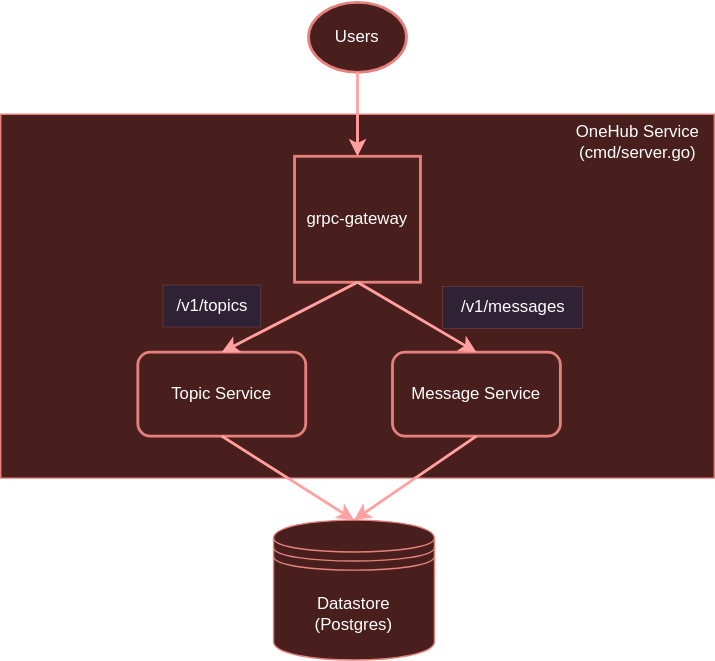
This is public/static/images/current-architecture.svg from panyam/blog, a draw.io export, as it was before one commit. Source tidied: cells renumbered, new cells last; positions are measured from the earlier drawing's top-left corner, leaving out a move shared by most shapes. Its diagram source:
```xml
<mxGraphModel>
  <root>
    <mxCell id="0" />
    <mxCell id="1" parent="0" />
    <mxCell id="2" style="edgeStyle=orthogonalEdgeStyle;rounded=0;jettySize=auto;html=1;entryX=0.5;entryY=0;entryDx=0;entryDy=0;" parent="1" edge="1" source="3" target="5">
      <mxGeometry relative="1" as="geometry" />
    </mxCell>
    <mxCell id="3" style="verticalLabelPosition=bottom;verticalAlign=top;html=1;shape=mxgraph.basic.rect;fillColor2=none;strokeWidth=1;size=20;indent=5;fillColor=#f8cecc;strokeColor=#b85450;" parent="1" vertex="1">
      <mxGeometry y="80" width="510" height="260" as="geometry" />
    </mxCell>
    <mxCell id="4" value="Users" style="ellipse;whiteSpace=wrap;html=1;strokeWidth=2;fillColor=#f8cecc;strokeColor=#b85450;" parent="1" vertex="1">
      <mxGeometry x="220" width="70" height="50" as="geometry" />
    </mxCell>
    <mxCell id="5" value="grpc-gateway" style="whiteSpace=wrap;html=1;fillColor=#f8cecc;strokeColor=#b85450;strokeWidth=2;" parent="1" vertex="1">
      <mxGeometry x="210" y="110" width="90" height="90" as="geometry" />
    </mxCell>
    <mxCell id="6" value="Topic Service" style="rounded=1;whiteSpace=wrap;html=1;fillColor=#f8cecc;strokeColor=#b85450;strokeWidth=2;" parent="1" vertex="1">
      <mxGeometry x="98" y="250" width="120" height="60" as="geometry" />
    </mxCell>
    <mxCell id="7" value="Message Service" style="rounded=1;whiteSpace=wrap;html=1;fillColor=#f8cecc;strokeColor=#b85450;strokeWidth=2;" parent="1" vertex="1">
      <mxGeometry x="280" y="250" width="120" height="60" as="geometry" />
    </mxCell>
    <mxCell id="8" style="endArrow=classic;html=1;rounded=0;exitX=0.5;exitY=1;exitDx=0;exitDy=0;entryX=0.5;entryY=0;entryDx=0;entryDy=0;strokeColor=#A62828;strokeWidth=2;fillColor=#e1d5e7;" parent="1" edge="1" source="5" target="6">
      <mxGeometry relative="1" as="geometry" />
    </mxCell>
    <mxCell id="9" style="endArrow=classic;html=1;rounded=0;exitX=0.5;exitY=1;exitDx=0;exitDy=0;entryX=0.5;entryY=0;entryDx=0;entryDy=0;strokeColor=#A62828;strokeWidth=2;fillColor=#e1d5e7;" parent="1" edge="1" source="5" target="7">
      <mxGeometry relative="1" as="geometry" />
    </mxCell>
    <mxCell id="10" style="endArrow=classic;html=1;rounded=0;exitX=0.5;exitY=1;exitDx=0;exitDy=0;strokeColor=#A62828;strokeWidth=2;fillColor=#e1d5e7;entryX=0.5;entryY=0;entryDx=0;entryDy=0;" parent="1" edge="1" source="7" target="15">
      <mxGeometry relative="1" as="geometry" />
    </mxCell>
    <mxCell id="11" style="endArrow=classic;html=1;rounded=0;exitX=0.5;exitY=1;exitDx=0;exitDy=0;strokeColor=#A62828;strokeWidth=2;fillColor=#e1d5e7;entryX=0.5;entryY=0;entryDx=0;entryDy=0;" parent="1" edge="1" source="6" target="15">
      <mxGeometry relative="1" as="geometry" />
    </mxCell>
    <mxCell id="12" value="/v1/topics" style="text;html=1;align=center;verticalAlign=middle;strokeColor=#A62828;fillColor=#e1d5e7;strokeWidth=0;" parent="1" vertex="1">
      <mxGeometry x="116" y="202" width="70" height="30" as="geometry" />
    </mxCell>
    <mxCell id="13" value="/v1/messages" style="text;html=1;align=center;verticalAlign=middle;strokeColor=#A62828;fillColor=#e1d5e7;strokeWidth=0;" parent="1" vertex="1">
      <mxGeometry x="316" y="203" width="100" height="30" as="geometry" />
    </mxCell>
    <mxCell id="14" style="endArrow=classic;html=1;rounded=0;exitX=0.5;exitY=1;exitDx=0;exitDy=0;entryX=0.5;entryY=0;entryDx=0;entryDy=0;strokeColor=#A62828;strokeWidth=2;fillColor=#e1d5e7;" parent="1" edge="1" source="4" target="5">
      <mxGeometry relative="1" as="geometry" />
    </mxCell>
    <mxCell id="15" value="Datastore&lt;br&gt;(Postgres)" style="shape=datastore;whiteSpace=wrap;html=1;fillColor=#f8cecc;strokeColor=#b85450;" parent="1" vertex="1">
      <mxGeometry x="195" y="370" width="115" height="100" as="geometry" />
    </mxCell>
    <mxCell id="16" value="OneHub Service&lt;br&gt;(cmd/server.go)" style="text;html=1;align=center;verticalAlign=middle;strokeColor=none;fillColor=none;" parent="1" vertex="1">
      <mxGeometry x="400" y="80" width="110" height="40" as="geometry" />
    </mxCell>
  </root>
</mxGraphModel>
```
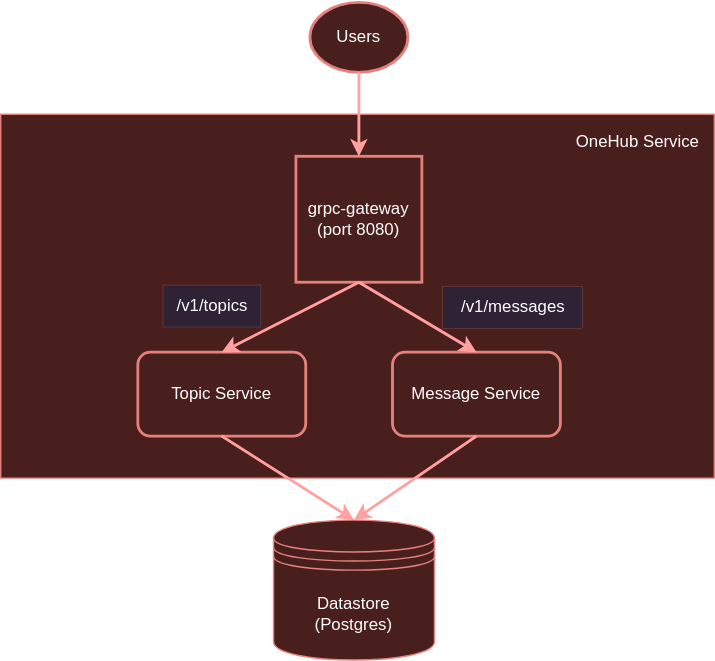
After the change.

The edit, as a diff of the source:
```diff
@@ -2,17 +2,14 @@
   <root>
     <mxCell id="0" />
     <mxCell id="1" parent="0" />
-    <mxCell id="2" style="edgeStyle=orthogonalEdgeStyle;rounded=0;jettySize=auto;html=1;entryX=0.5;entryY=0;entryDx=0;entryDy=0;" parent="1" edge="1" source="3" target="5">
-      <mxGeometry relative="1" as="geometry" />
-    </mxCell>
     <mxCell id="3" style="verticalLabelPosition=bottom;verticalAlign=top;html=1;shape=mxgraph.basic.rect;fillColor2=none;strokeWidth=1;size=20;indent=5;fillColor=#f8cecc;strokeColor=#b85450;" parent="1" vertex="1">
       <mxGeometry y="80" width="510" height="260" as="geometry" />
     </mxCell>
     <mxCell id="4" value="Users" style="ellipse;whiteSpace=wrap;html=1;strokeWidth=2;fillColor=#f8cecc;strokeColor=#b85450;" parent="1" vertex="1">
-      <mxGeometry x="220" width="70" height="50" as="geometry" />
+      <mxGeometry x="221" width="70" height="50" as="geometry" />
     </mxCell>
-    <mxCell id="5" value="grpc-gateway" style="whiteSpace=wrap;html=1;fillColor=#f8cecc;strokeColor=#b85450;strokeWidth=2;" parent="1" vertex="1">
-      <mxGeometry x="210" y="110" width="90" height="90" as="geometry" />
+    <mxCell id="5" value="grpc-gateway&lt;br&gt;(port 8080)" style="whiteSpace=wrap;html=1;fillColor=#f8cecc;strokeColor=#b85450;strokeWidth=2;" parent="1" vertex="1">
+      <mxGeometry x="211" y="110" width="90" height="90" as="geometry" />
     </mxCell>
     <mxCell id="6" value="Topic Service" style="rounded=1;whiteSpace=wrap;html=1;fillColor=#f8cecc;strokeColor=#b85450;strokeWidth=2;" parent="1" vertex="1">
       <mxGeometry x="98" y="250" width="120" height="60" as="geometry" />
@@ -44,8 +41,8 @@
     <mxCell id="15" value="Datastore&lt;br&gt;(Postgres)" style="shape=datastore;whiteSpace=wrap;html=1;fillColor=#f8cecc;strokeColor=#b85450;" parent="1" vertex="1">
       <mxGeometry x="195" y="370" width="115" height="100" as="geometry" />
     </mxCell>
-    <mxCell id="16" value="OneHub Service&lt;br&gt;(cmd/server.go)" style="text;html=1;align=center;verticalAlign=middle;strokeColor=none;fillColor=none;" parent="1" vertex="1">
-      <mxGeometry x="400" y="80" width="110" height="40" as="geometry" />
+    <mxCell id="16" value="OneHub Service" style="text;html=1;align=center;verticalAlign=middle;strokeColor=none;fillColor=none;" parent="1" vertex="1">
+      <mxGeometry x="400" y="85" width="110" height="30" as="geometry" />
     </mxCell>
   </root>
 </mxGraphModel>
```
